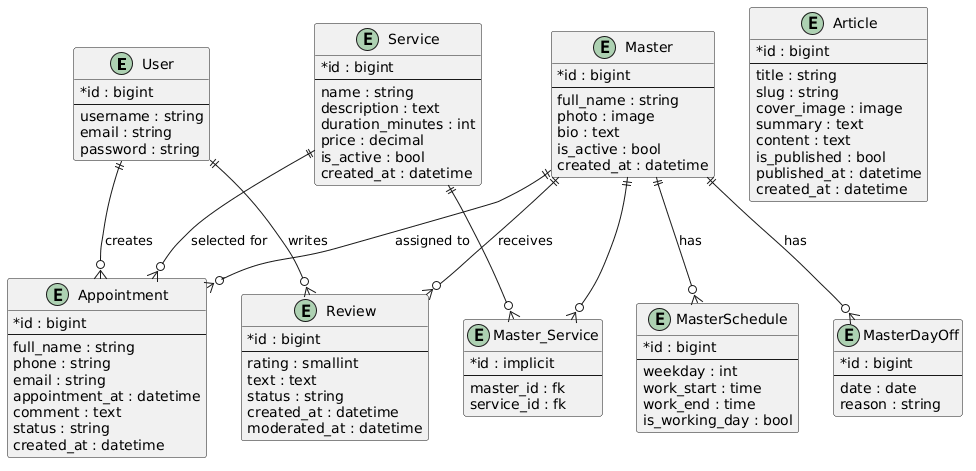
This is docs/plantuml/ER-диаграмма базы данных веб-приложения.png from ZentifyID/spa-salon, a PlantUML export, as it was before one commit.
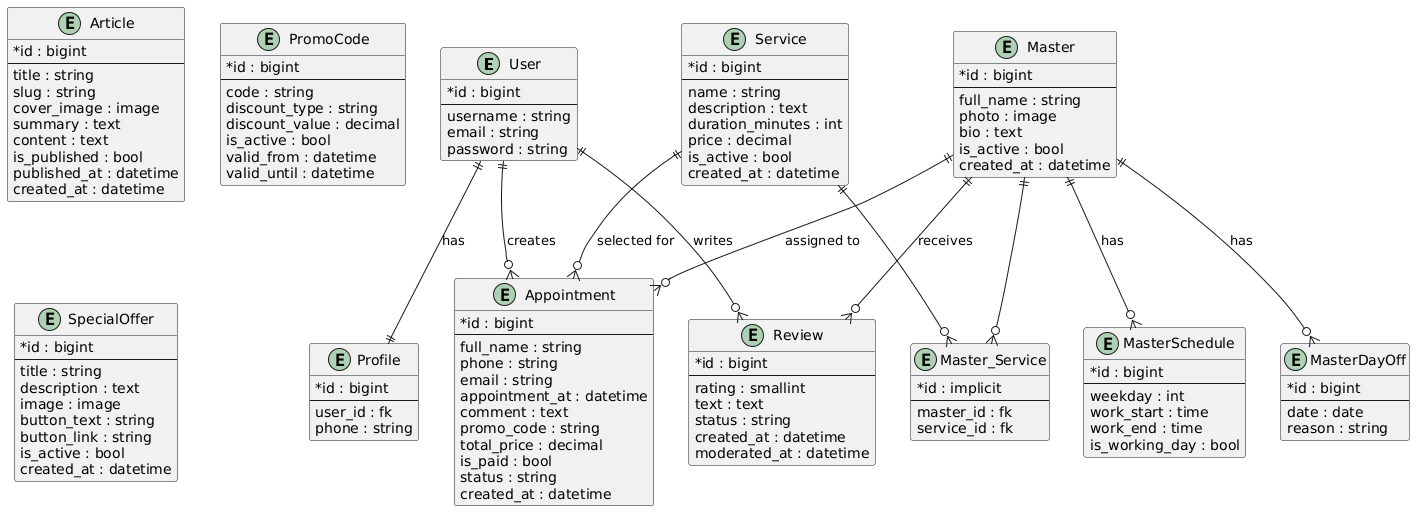
Later version of the same file.

The edit, as a diff of the source:
```diff
@@ -9,6 +9,13 @@
   username : string
   email : string
   password : string
+}
+
+entity "Profile" as Profile {
+  * id : bigint
+  --
+  user_id : fk
+  phone : string
 }
 
 entity "Service" as Service {
@@ -56,6 +63,9 @@
   email : string
   appointment_at : datetime
   comment : text
+  promo_code : string
+  total_price : decimal
+  is_paid : bool
   status : string
   created_at : datetime
 }
@@ -83,6 +93,29 @@
   created_at : datetime
 }
 
+entity "PromoCode" as PromoCode {
+  * id : bigint
+  --
+  code : string
+  discount_type : string
+  discount_value : decimal
+  is_active : bool
+  valid_from : datetime
+  valid_until : datetime
+}
+
+entity "SpecialOffer" as SpecialOffer {
+  * id : bigint
+  --
+  title : string
+  description : text
+  image : image
+  button_text : string
+  button_link : string
+  is_active : bool
+  created_at : datetime
+}
+
 entity "Master_Service" as MasterService {
   * id : implicit
   --
@@ -91,6 +124,7 @@
 }
 
 User ||--o{ Appointment : "creates"
+User ||--|| Profile : "has"
 Service ||--o{ Appointment : "selected for"
 Master ||--o{ Appointment : "assigned to"
 
```
